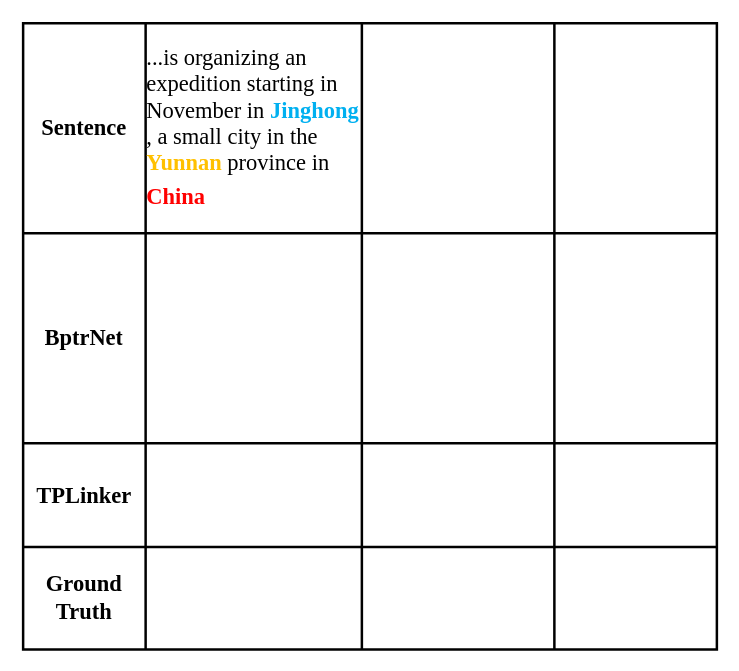
Before: Untitled Diagram.drawio in zhangSchnee/gittest, a draw.io diagram. Source tidied: cells renumbered, new cells numbered last; positions are measured from the earlier drawing's top-left corner, leaving out a move shared by most shapes. Both pictures are drawn from the tidied source at 125%, with x=0, y=0 at pixel (22, 22).
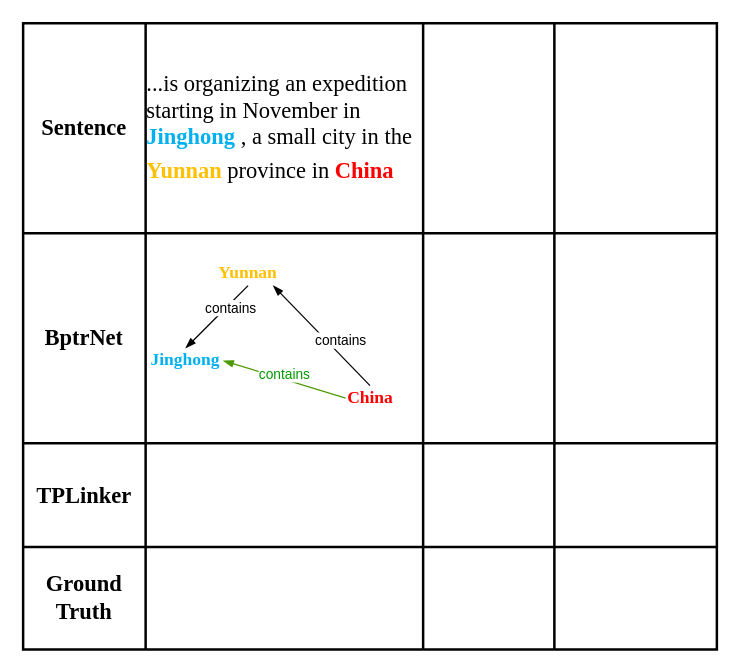
After the change.

Unchanged cells that the change refers to:
```xml
<mxCell id="3" style="shape=partialRectangle;html=1;whiteSpace=wrap;fillColor=none;top=0;left=0;bottom=0;right=0;" parent="2" vertex="1">
  <mxGeometry width="555" height="168" as="geometry" />
</mxCell>
<mxCell id="8" style="shape=partialRectangle;html=1;whiteSpace=wrap;fillColor=none;top=0;left=0;bottom=0;right=0;" parent="2" vertex="1">
  <mxGeometry y="168" width="555" height="168" as="geometry" />
</mxCell>
<mxCell id="13" style="shape=partialRectangle;html=1;whiteSpace=wrap;fillColor=none;top=0;left=0;bottom=0;right=0;" parent="2" vertex="1">
  <mxGeometry y="336" width="555" height="83" as="geometry" />
</mxCell>
<mxCell id="18" style="shape=partialRectangle;html=1;whiteSpace=wrap;fillColor=none;top=0;left=0;bottom=0;right=0;" parent="2" vertex="1">
  <mxGeometry y="419" width="555" height="82" as="geometry" />
</mxCell>
```

Change to the diagram source:
```diff
@@
     <mxCell id="5" value="&lt;p style=&quot;line-height: normal ; margin-top: 0pt ; margin-bottom: 0pt ; margin-left: 0in ; margin-right: 0in ; text-indent: 0in ; text-align: left ; direction: ltr ; unicode-bidi: embed ; word-break: normal&quot;&gt;&lt;font style=&quot;font-size: 18px&quot; face=&quot;Times New Roman&quot;&gt;&lt;span&gt;...is organizing an expedition starting in November in &lt;/span&gt;&lt;span style=&quot;color: rgb(0 , 176 , 240) ; font-weight: bold&quot;&gt;Jinghong&lt;/span&gt;&lt;span&gt; , a small city in the &lt;/span&gt;&lt;span style=&quot;color: rgb(255 , 192 , 0) ; font-weight: bold&quot;&gt;Yunnan&lt;/span&gt;&lt;span&gt; province in &lt;/span&gt;&lt;span style=&quot;color: red ; font-weight: bold&quot;&gt;China&lt;/span&gt;&lt;/font&gt;&lt;span style=&quot;font-size: 18.0pt ; color: red&quot;&gt; &lt;/span&gt;&lt;/p&gt;" style="shape=partialRectangle;html=1;whiteSpace=wrap;overflow=hidden;fillColor=none;top=0;left=0;bottom=0;right=0;" parent="3" vertex="1">
-      <mxGeometry x="98" width="173" height="168" as="geometry" />
+      <mxGeometry x="98" width="222" height="168" as="geometry" />
     </mxCell>
     <mxCell id="6" style="shape=partialRectangle;html=1;whiteSpace=wrap;overflow=hidden;fillColor=none;top=0;left=0;bottom=0;right=0;" parent="3" vertex="1">
-      <mxGeometry x="271" width="154" height="168" as="geometry" />
+      <mxGeometry x="320" width="105" height="168" as="geometry" />
     </mxCell>
@@
     <mxCell id="10" style="shape=partialRectangle;html=1;whiteSpace=wrap;overflow=hidden;fillColor=none;top=0;left=0;bottom=0;right=0;" parent="8" vertex="1">
-      <mxGeometry x="98" width="173" height="168" as="geometry" />
+      <mxGeometry x="98" width="222" height="168" as="geometry" />
     </mxCell>
     <mxCell id="11" style="shape=partialRectangle;html=1;whiteSpace=wrap;overflow=hidden;fillColor=none;top=0;left=0;bottom=0;right=0;" parent="8" vertex="1">
-      <mxGeometry x="271" width="154" height="168" as="geometry" />
+      <mxGeometry x="320" width="105" height="168" as="geometry" />
     </mxCell>
@@
     <mxCell id="15" style="shape=partialRectangle;html=1;whiteSpace=wrap;overflow=hidden;fillColor=none;top=0;left=0;bottom=0;right=0;" parent="13" vertex="1">
-      <mxGeometry x="98" width="173" height="83" as="geometry" />
+      <mxGeometry x="98" width="222" height="83" as="geometry" />
     </mxCell>
     <mxCell id="16" style="shape=partialRectangle;html=1;whiteSpace=wrap;overflow=hidden;fillColor=none;top=0;left=0;bottom=0;right=0;" parent="13" vertex="1">
-      <mxGeometry x="271" width="154" height="83" as="geometry" />
+      <mxGeometry x="320" width="105" height="83" as="geometry" />
     </mxCell>
@@
     <mxCell id="20" style="shape=partialRectangle;html=1;whiteSpace=wrap;overflow=hidden;fillColor=none;top=0;left=0;bottom=0;right=0;" parent="18" vertex="1">
-      <mxGeometry x="98" width="173" height="82" as="geometry" />
+      <mxGeometry x="98" width="222" height="82" as="geometry" />
     </mxCell>
     <mxCell id="21" style="shape=partialRectangle;html=1;whiteSpace=wrap;overflow=hidden;fillColor=none;top=0;left=0;bottom=0;right=0;" parent="18" vertex="1">
-      <mxGeometry x="271" width="154" height="82" as="geometry" />
+      <mxGeometry x="320" width="105" height="82" as="geometry" />
     </mxCell>
@@
+    <mxCell id="23" value="&lt;span style=&quot;color: rgb(0 , 176 , 240) ; font-family: &amp;#34;times new roman&amp;#34; ; font-weight: 700 ; text-align: left&quot;&gt;&lt;font style=&quot;font-size: 14px&quot;&gt;Jinghong&lt;/font&gt;&lt;/span&gt;" style="text;html=1;strokeColor=none;fillColor=none;align=center;verticalAlign=middle;whiteSpace=wrap;rounded=0;" parent="1" vertex="1">
+      <mxGeometry x="110" y="260" width="40" height="20" as="geometry" />
+    </mxCell>
+    <mxCell id="24" style="endArrow=none;html=1;startArrow=blockThin;startFill=1;endFill=0;" parent="1" edge="1">
+      <mxGeometry relative="1" as="geometry">
+        <mxPoint x="130" y="260" as="sourcePoint" />
+        <mxPoint x="180" y="210" as="targetPoint" />
+        <Array as="points">
+          <mxPoint x="150" y="240" />
+        </Array>
+      </mxGeometry>
+    </mxCell>
+    <mxCell id="25" value="contains" style="edgeLabel;html=1;align=center;verticalAlign=middle;" parent="24" vertex="1">
+      <mxGeometry x="0.37" y="-2" relative="1" as="geometry" />
+    </mxCell>
+    <mxCell id="26" value="&lt;span style=&quot;color: rgb(255 , 192 , 0) ; font-family: &amp;#34;times new roman&amp;#34; ; font-size: 14px ; font-weight: 700 ; text-align: left&quot;&gt;Yunnan&lt;/span&gt;" style="text;html=1;strokeColor=none;fillColor=none;align=center;verticalAlign=middle;whiteSpace=wrap;rounded=0;" parent="1" vertex="1">
+      <mxGeometry x="160" y="190" width="40" height="20" as="geometry" />
+    </mxCell>
+    <mxCell id="27" style="endArrow=none;html=1;startArrow=blockThin;startFill=1;endFill=0;rounded=1;exitX=1;exitY=1;exitDx=0;exitDy=0;entryX=0.5;entryY=0;entryDx=0;entryDy=0;" parent="1" edge="1" source="26" target="29">
+      <mxGeometry relative="1" as="geometry" />
+    </mxCell>
+    <mxCell id="28" value="contains" style="edgeLabel;html=1;align=center;verticalAlign=middle;" parent="27" vertex="1">
+      <mxGeometry x="0.22" y="8" relative="1" as="geometry" />
+    </mxCell>
+    <mxCell id="29" value="&lt;span style=&quot;color: rgb(255 , 0 , 0) ; font-family: &amp;#34;times new roman&amp;#34; ; font-weight: 700 ; text-align: left&quot;&gt;&lt;font style=&quot;font-size: 14px&quot;&gt;China&lt;/font&gt;&lt;/span&gt;" style="text;html=1;strokeColor=none;fillColor=none;align=center;verticalAlign=middle;whiteSpace=wrap;rounded=0;" parent="1" vertex="1">
+      <mxGeometry x="257.5" y="290" width="40" height="20" as="geometry" />
+    </mxCell>
+    <mxCell id="30" style="endArrow=none;html=1;startArrow=blockThin;startFill=1;endFill=0;rounded=1;strokeColor=#4D9900;" parent="1" edge="1">
+      <mxGeometry relative="1" as="geometry">
+        <mxPoint x="160" y="270" as="sourcePoint" />
+        <mxPoint x="258" y="300" as="targetPoint" />
+      </mxGeometry>
+    </mxCell>
+    <mxCell id="31" value="&lt;font color=&quot;#009900&quot;&gt;contains&lt;/font&gt;" style="edgeLabel;html=1;align=center;verticalAlign=middle;" parent="30" vertex="1">
+      <mxGeometry x="0.37" y="-2" relative="1" as="geometry">
+        <mxPoint x="-17.4" y="-12.4" as="offset" />
+      </mxGeometry>
+    </mxCell>
```
